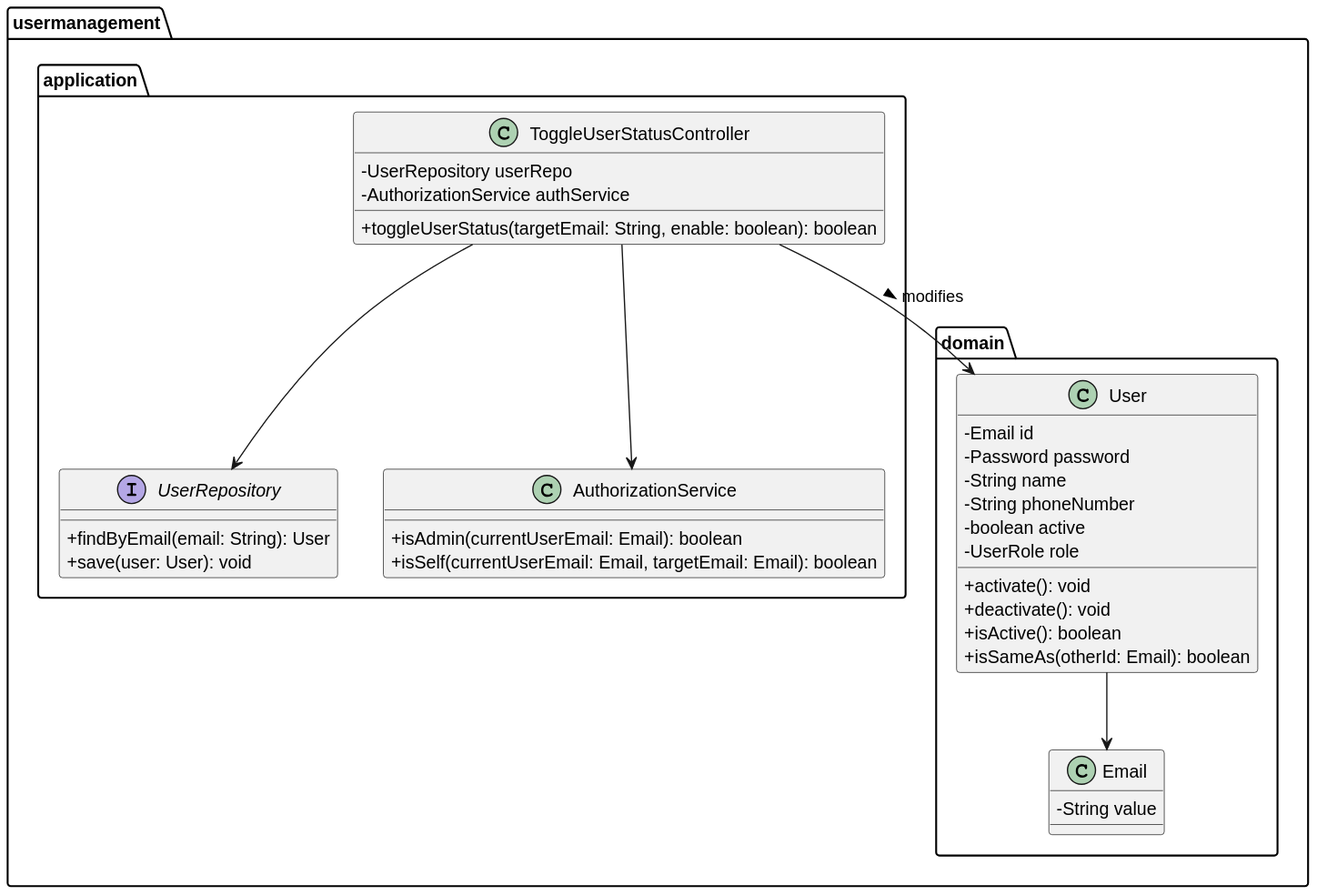
The PlantUML diagram docs/planning/sprint2/EAPLI/US212 - Disable or enable users/03.design/svg/class_diagram.svg in SAEmanuel/Shodrone_ISEP, before a commit.
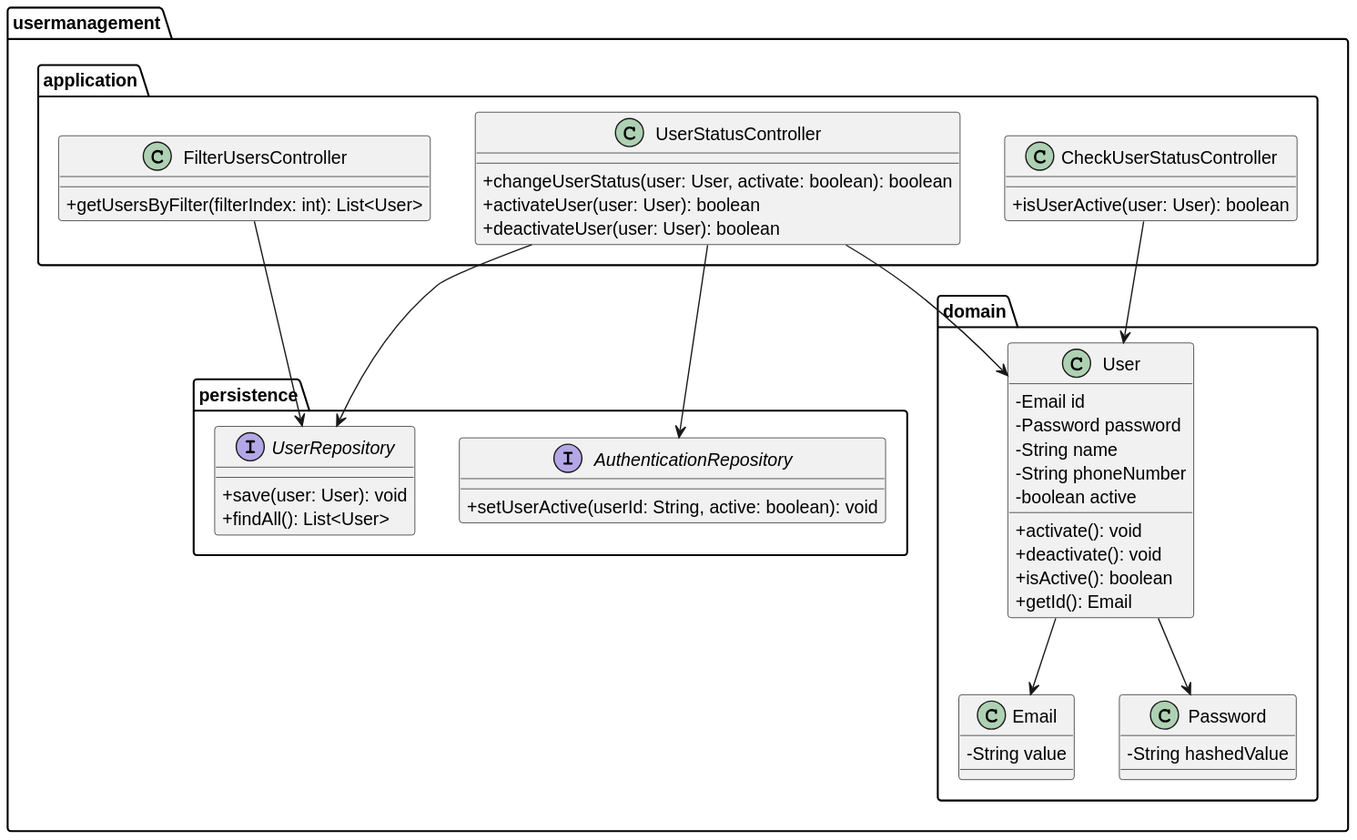
The same file after the commit.

Diff of the diagram source:
```diff
@@ -8,39 +8,54 @@
         - String name
         - String phoneNumber
         - boolean active
-        - UserRole role
         + activate(): void
         + deactivate(): void
         + isActive(): boolean
-        + isSameAs(otherId: Email): boolean
+        + getId(): Email
     }
 
     class Email {
         - String value
     }
 
+    class Password {
+        - String hashedValue
+    }
+
     User --> Email
+    User --> Password
 }
 
 package "usermanagement.application" {
-    class ToggleUserStatusController {
-        - UserRepository userRepo
-        - AuthorizationService authService
-        + toggleUserStatus(targetEmail: String, enable: boolean): boolean
+    class FilterUsersController {
+        + getUsersByFilter(filterIndex: int): List<User>
     }
 
-    interface UserRepository {
-        + findByEmail(email: String): User
-        + save(user: User): void
+    class CheckUserStatusController {
+        + isUserActive(user: User): boolean
     }
 
-    class AuthorizationService {
-        + isAdmin(currentUserEmail: Email): boolean
-        + isSelf(currentUserEmail: Email, targetEmail: Email): boolean
+    class UserStatusController {
+        + changeUserStatus(user: User, activate: boolean): boolean
+        + activateUser(user: User): boolean
+        + deactivateUser(user: User): boolean
     }
 }
 
-ToggleUserStatusController --> UserRepository
-ToggleUserStatusController --> AuthorizationService
-ToggleUserStatusController --> User : modifies >
+package "usermanagement.persistence" {
+    interface UserRepository {
+        + save(user: User): void
+        + findAll(): List<User>
+    }
+
+    interface AuthenticationRepository {
+        + setUserActive(userId: String, active: boolean): void
+    }
+}
+
+FilterUsersController --> UserRepository
+CheckUserStatusController --> User
+UserStatusController --> User
+UserStatusController --> UserRepository
+UserStatusController --> AuthenticationRepository
 @enduml
```
